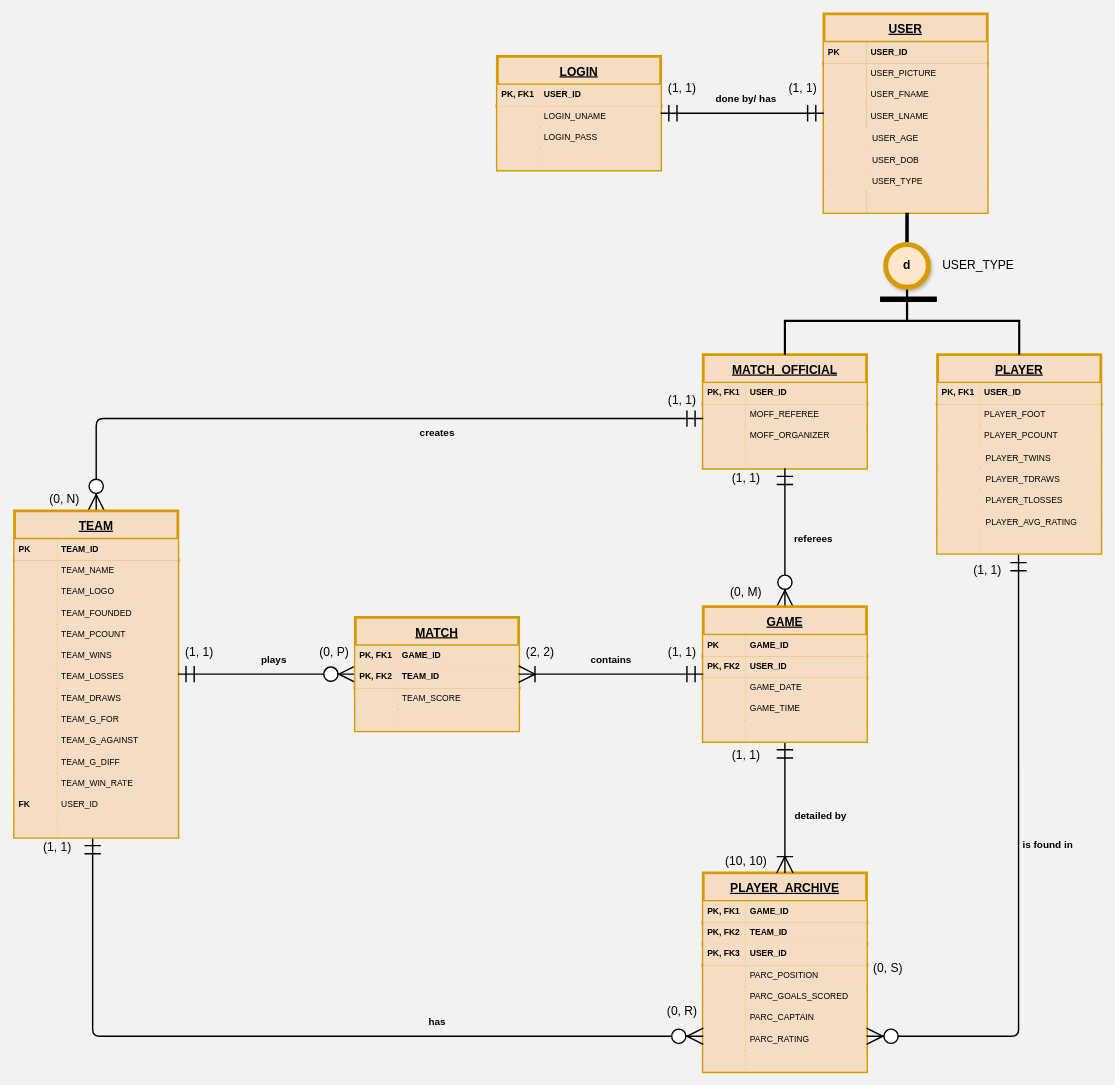
The draw.io diagram ASM ERD -  Final Draft - part 2.drawio in moose918/ASM, before the edit. Source tidied: cells renumbered, new cells numbered last; positions are measured from the earlier drawing's top-left corner, leaving out a move shared by most shapes. Both pictures are drawn from the tidied source at 71%, with x=0, y=0 at pixel (14, 13).
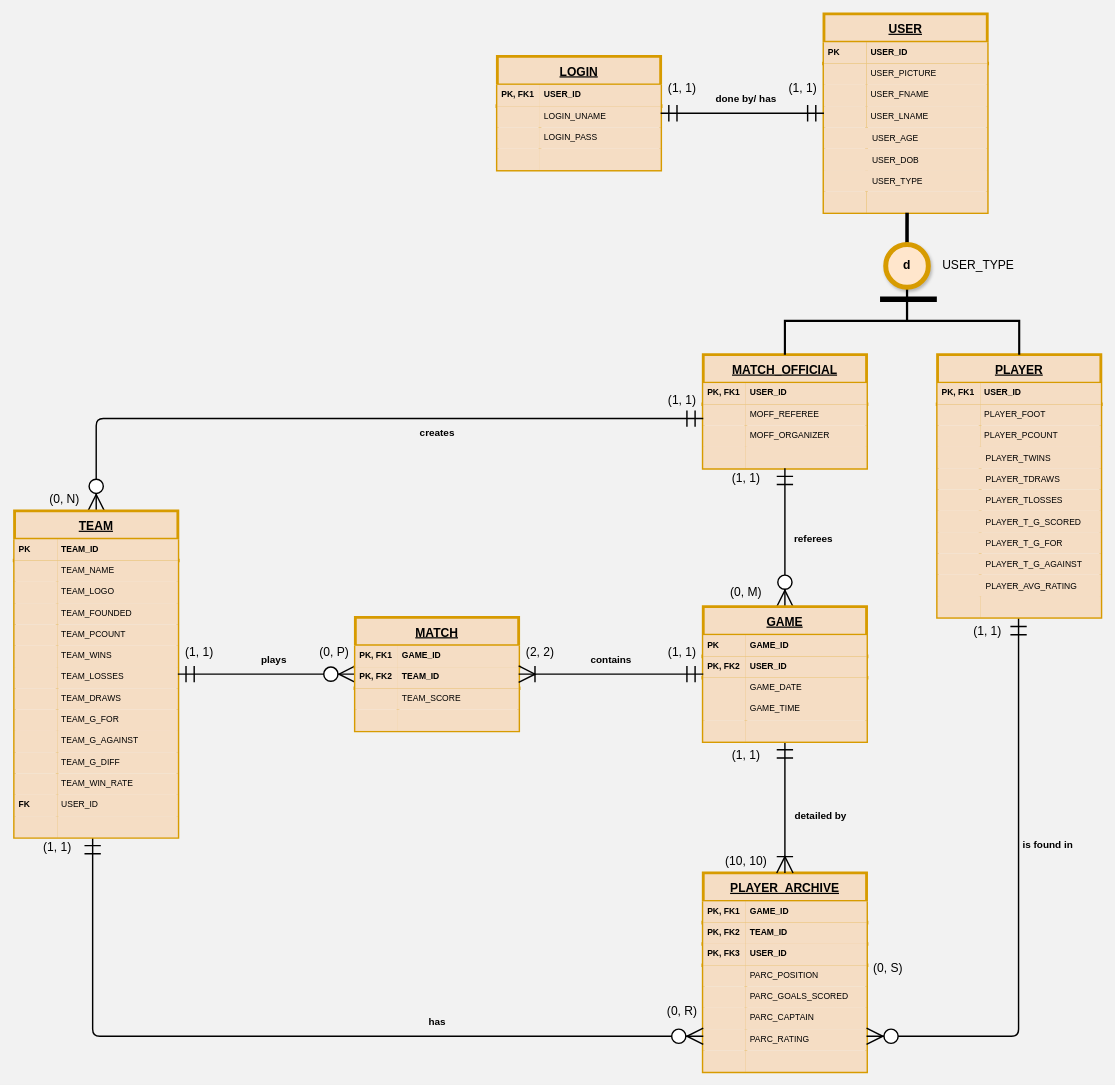
The same diagram, later.

Change to the diagram source:
```diff
@@
     <mxCell id="44" value="PLAYER" style="shape=table;childLayout=tableLayout;rowLines=0;align=center;fontSize=17;fillColor=#F5DDC4;strokeColor=#d79b00;verticalAlign=middle;spacingLeft=4;spacingRight=4;fontStyle=5;strokeWidth=4;startSize=40;shadow=0;" parent="1" vertex="1">
-      <mxGeometry x="1300" y="480" width="230" height="280" as="geometry" />
+      <mxGeometry x="1300" y="480" width="230" height="370" as="geometry" />
     </mxCell>
@@
+    <mxCell id="218" style="shape=partialRectangle;fillColor=#F5DDC4;top=0;left=0;bottom=0;right=0;fontSize=12;strokeColor=#d79b00;align=left;fontStyle=1;verticalAlign=top;spacingLeft=4;spacingRight=4;" parent="44" vertex="1">
+      <mxGeometry y="220" width="230" height="30" as="geometry" />
+    </mxCell>
+    <mxCell id="219" style="shape=partialRectangle;fillColor=none;top=0;left=0;bottom=0;right=0;overflow=hidden;" parent="218" vertex="1">
+      <mxGeometry width="60" height="30" as="geometry" />
+    </mxCell>
+    <mxCell id="220" value="PLAYER_T_G_SCORED" style="shape=partialRectangle;fillColor=none;top=0;left=0;bottom=0;right=0;align=left;spacingLeft=6;overflow=hidden;" parent="218" vertex="1">
+      <mxGeometry x="60" width="170" height="30" as="geometry" />
+    </mxCell>
+    <mxCell id="221" style="shape=partialRectangle;fillColor=#F5DDC4;top=0;left=0;bottom=0;right=0;fontSize=12;strokeColor=#d79b00;align=left;fontStyle=1;verticalAlign=top;spacingLeft=4;spacingRight=4;" parent="44" vertex="1">
+      <mxGeometry y="250" width="230" height="30" as="geometry" />
+    </mxCell>
+    <mxCell id="222" style="shape=partialRectangle;fillColor=none;top=0;left=0;bottom=0;right=0;overflow=hidden;" parent="221" vertex="1">
+      <mxGeometry width="60" height="30" as="geometry" />
+    </mxCell>
+    <mxCell id="223" value="PLAYER_T_G_FOR" style="shape=partialRectangle;fillColor=none;top=0;left=0;bottom=0;right=0;align=left;spacingLeft=6;overflow=hidden;" parent="221" vertex="1">
+      <mxGeometry x="60" width="170" height="30" as="geometry" />
+    </mxCell>
+    <mxCell id="224" style="shape=partialRectangle;fillColor=#F5DDC4;top=0;left=0;bottom=0;right=0;fontSize=12;strokeColor=#d79b00;align=left;fontStyle=1;verticalAlign=top;spacingLeft=4;spacingRight=4;" parent="44" vertex="1">
+      <mxGeometry y="280" width="230" height="30" as="geometry" />
+    </mxCell>
+    <mxCell id="225" style="shape=partialRectangle;fillColor=none;top=0;left=0;bottom=0;right=0;overflow=hidden;" parent="224" vertex="1">
+      <mxGeometry width="60" height="30" as="geometry" />
+    </mxCell>
+    <mxCell id="226" value="PLAYER_T_G_AGAINST" style="shape=partialRectangle;fillColor=none;top=0;left=0;bottom=0;right=0;align=left;spacingLeft=6;overflow=hidden;" parent="224" vertex="1">
+      <mxGeometry x="60" width="170" height="30" as="geometry" />
+    </mxCell>
     <mxCell id="63" style="shape=partialRectangle;fillColor=#F5DDC4;top=0;left=0;bottom=0;right=0;fontSize=12;strokeColor=#d79b00;align=left;fontStyle=1;verticalAlign=top;spacingLeft=4;spacingRight=4;" parent="44" vertex="1">
-      <mxGeometry y="220" width="230" height="30" as="geometry" />
+      <mxGeometry y="310" width="230" height="30" as="geometry" />
     </mxCell>
@@
     <mxCell id="66" style="shape=partialRectangle;fillColor=none;top=0;left=0;bottom=0;right=0;points=[[0,0.5],[1,0.5]];portConstraint=eastwest;" parent="44" vertex="1">
-      <mxGeometry y="250" width="230" height="30" as="geometry" />
+      <mxGeometry y="340" width="230" height="30" as="geometry" />
     </mxCell>
@@
     <mxCell id="77" value="(1, 1)" style="text;html=1;align=center;verticalAlign=middle;strokeColor=none;fontSize=17;" parent="1" vertex="1">
-      <mxGeometry x="1340" y="770" width="60" height="30" as="geometry" />
+      <mxGeometry x="1340" y="855" width="60" height="30" as="geometry" />
     </mxCell>
```
